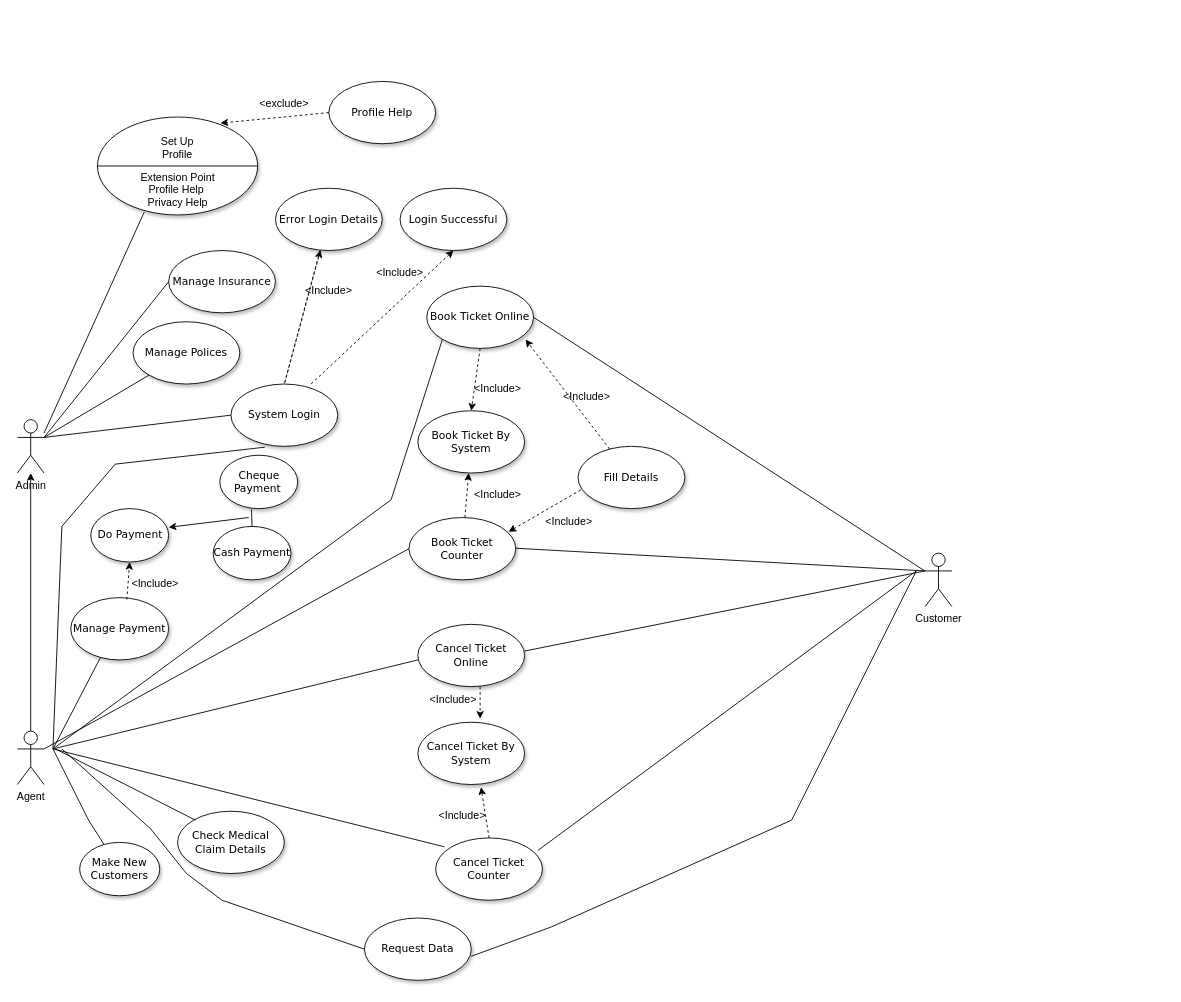
Above: Untitled Diagram.drawio in rivinduchamath/Helth-Insurance- (draw.io), before the change. Source tidied: cells renumbered, new cells numbered last; positions are measured from the earlier drawing's top-left corner, leaving out a move shared by most shapes. Both pictures are drawn from the tidied source at 89%, with x=0, y=0 at pixel (17, 72).
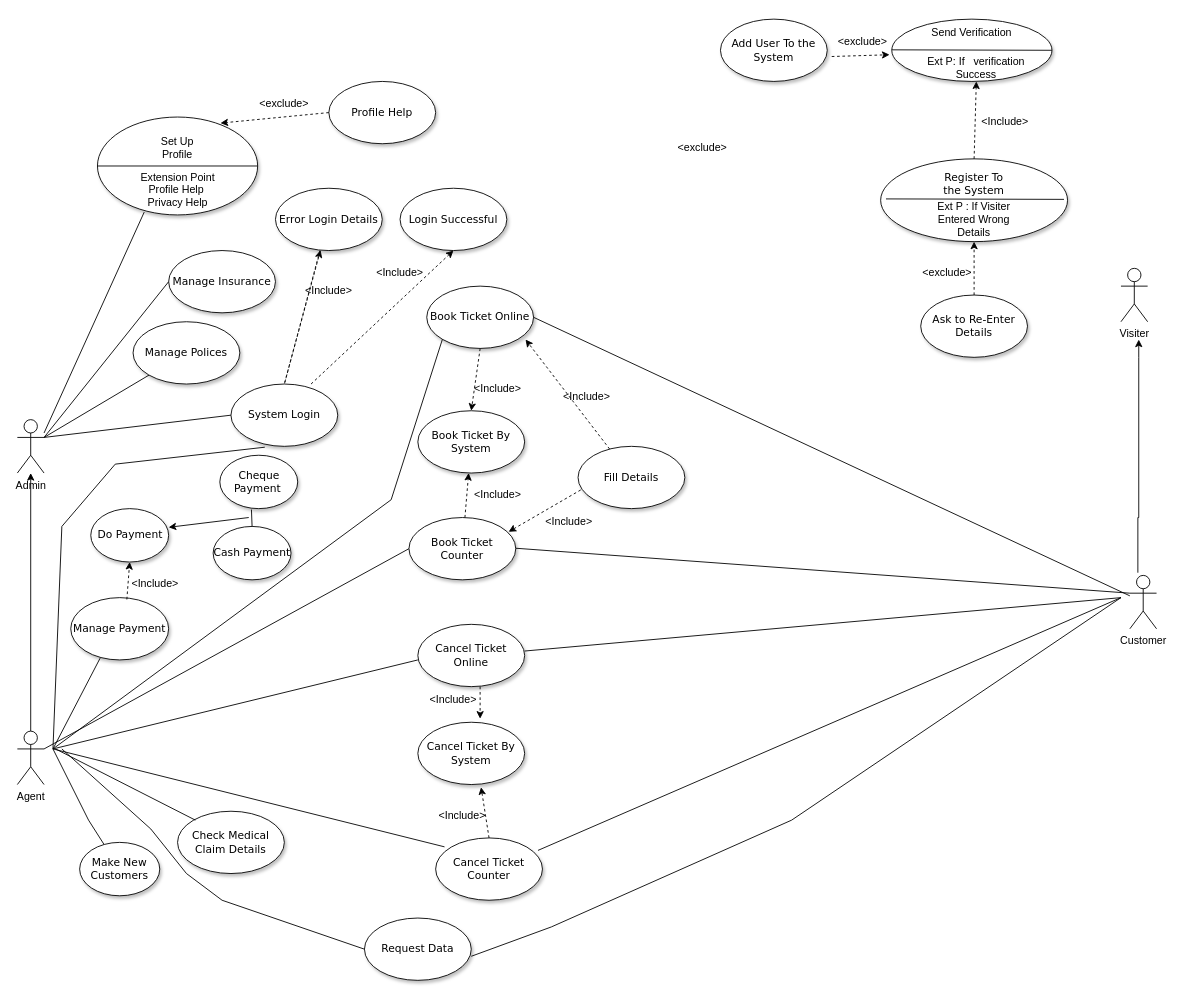
After the change.

Unchanged cells that the change refers to:
```xml
<mxCell id="11" value="Cancel Ticket Counter" style="ellipse;whiteSpace=wrap;html=1;rounded=0;shadow=1;comic=0;labelBackgroundColor=none;strokeWidth=1;fontFamily=Verdana;fontSize=12;align=center;" parent="1" vertex="1">
  <mxGeometry x="470" y="860" width="120" height="70" as="geometry" />
</mxCell>
<mxCell id="38" value="Request Data" style="ellipse;whiteSpace=wrap;html=1;rounded=0;shadow=1;comic=0;labelBackgroundColor=none;strokeWidth=1;fontFamily=Verdana;fontSize=12;align=center;" parent="1" vertex="1">
  <mxGeometry x="390" y="950" width="120" height="70" as="geometry" />
</mxCell>
```

Diff of the diagram source:
```diff
@@
     <mxCell id="14" value="Customer" style="shape=umlActor;verticalLabelPosition=bottom;verticalAlign=top;html=1;outlineConnect=0;" parent="1" vertex="1">
-      <mxGeometry x="1020" y="540" width="30" height="60" as="geometry" />
+      <mxGeometry x="1250" y="565" width="30" height="60" as="geometry" />
     </mxCell>
@@
     <mxCell id="26" style="endArrow=none;html=1;rounded=0;" parent="1" edge="1">
       <mxGeometry relative="1" as="geometry">
         <mxPoint x="570" y="650" as="sourcePoint" />
-        <mxPoint x="1020" y="560" as="targetPoint" />
+        <mxPoint x="1240" y="590" as="targetPoint" />
       </mxGeometry>
     </mxCell>
     <mxCell id="27" style="endArrow=none;html=1;rounded=0;exitX=0.958;exitY=0.2;exitDx=0;exitDy=0;exitPerimeter=0;" parent="1" edge="1" source="11">
       <mxGeometry relative="1" as="geometry">
-        <mxPoint x="1010" y="560" as="targetPoint" />
+        <mxPoint x="1240" y="590" as="targetPoint" />
       </mxGeometry>
     </mxCell>
@@
     <mxCell id="40" style="endArrow=none;html=1;rounded=0;exitX=1;exitY=0.614;exitDx=0;exitDy=0;exitPerimeter=0;" parent="1" edge="1" source="38">
       <mxGeometry relative="1" as="geometry">
-        <mxPoint x="1010" y="560" as="targetPoint" />
+        <mxPoint x="1240" y="590" as="targetPoint" />
         <Array as="points">
           <mxPoint x="600" y="960" />
           <mxPoint x="870" y="840" />
         </Array>
       </mxGeometry>
     </mxCell>
@@
+    <mxCell id="71" value="Visiter" style="shape=umlActor;verticalLabelPosition=bottom;verticalAlign=top;html=1;" parent="1" vertex="1">
+      <mxGeometry x="1240" y="220" width="30" height="60" as="geometry" />
+    </mxCell>
+    <mxCell id="72" style="edgeStyle=orthogonalEdgeStyle;rounded=0;jettySize=auto;html=1;exitX=0.3;exitY=-0.05;exitDx=0;exitDy=0;exitPerimeter=0;" parent="1" edge="1" source="14">
+      <mxGeometry relative="1" as="geometry">
+        <mxPoint x="1260" y="300" as="targetPoint" />
+        <Array as="points">
+          <mxPoint x="1259" y="500" />
+          <mxPoint x="1260" y="500" />
+          <mxPoint x="1260" y="320" />
+        </Array>
+      </mxGeometry>
+    </mxCell>
+    <mxCell id="73" style="ellipse;whiteSpace=wrap;html=1;rounded=0;shadow=1;comic=0;labelBackgroundColor=none;strokeWidth=1;fontFamily=Verdana;fontSize=12;align=center;" parent="1" vertex="1">
+      <mxGeometry x="970" y="97" width="210" height="93" as="geometry" />
+    </mxCell>
+    <mxCell id="74" value="Ext P : If Visiter Entered Wrong Details" style="text;html=1;strokeColor=none;fillColor=none;align=center;verticalAlign=middle;whiteSpace=wrap;rounded=0;" parent="1" vertex="1">
+      <mxGeometry x="1025" y="150" width="100" height="30" as="geometry" />
+    </mxCell>
+    <mxCell id="75" value="&lt;span style=&quot;font-family: &amp;#34;verdana&amp;#34;&quot;&gt;Register To the System&lt;/span&gt;" style="text;html=1;strokeColor=none;fillColor=none;align=center;verticalAlign=middle;whiteSpace=wrap;rounded=0;" parent="1" vertex="1">
+      <mxGeometry x="1030" y="110" width="90" height="30" as="geometry" />
+    </mxCell>
+    <mxCell id="76" style="endArrow=none;html=1;rounded=0;exitX=0;exitY=0.5;exitDx=0;exitDy=0;entryX=1;entryY=0.5;entryDx=0;entryDy=0;" parent="1" edge="1">
+      <mxGeometry relative="1" as="geometry">
+        <mxPoint x="976" y="142" as="sourcePoint" />
+        <mxPoint x="1176" y="142.5" as="targetPoint" />
+      </mxGeometry>
+    </mxCell>
+    <mxCell id="77" value="Ask to Re-Enter Details" style="ellipse;whiteSpace=wrap;html=1;rounded=0;shadow=1;comic=0;labelBackgroundColor=none;strokeWidth=1;fontFamily=Verdana;fontSize=12;align=center;" parent="1" vertex="1">
+      <mxGeometry x="1015" y="250" width="120" height="70" as="geometry" />
+    </mxCell>
+    <mxCell id="78" value="&amp;lt;exclude&amp;gt;" style="text;html=1;strokeColor=none;fillColor=none;align=center;verticalAlign=middle;whiteSpace=wrap;rounded=0;" parent="1" vertex="1">
+      <mxGeometry x="1015" y="210" width="60" height="30" as="geometry" />
+    </mxCell>
+    <mxCell id="79" style="endArrow=classic;html=1;rounded=0;dashed=1;entryX=0.5;entryY=1;entryDx=0;entryDy=0;exitX=0.5;exitY=0;exitDx=0;exitDy=0;" parent="1" edge="1" source="77" target="73">
+      <mxGeometry relative="1" as="geometry" />
+    </mxCell>
+    <mxCell id="80" style="ellipse;whiteSpace=wrap;html=1;rounded=0;shadow=1;comic=0;labelBackgroundColor=none;strokeWidth=1;fontFamily=Verdana;fontSize=12;align=center;" parent="1" vertex="1">
+      <mxGeometry x="982.5" y="-60" width="180" height="70" as="geometry" />
+    </mxCell>
+    <mxCell id="81" value="Send Verification" style="text;html=1;strokeColor=none;fillColor=none;align=center;verticalAlign=middle;whiteSpace=wrap;rounded=0;" parent="1" vertex="1">
+      <mxGeometry x="1020" y="-60" width="105" height="30" as="geometry" />
+    </mxCell>
+    <mxCell id="82" value="Ext P: If&amp;nbsp; &amp;nbsp;verification Success" style="text;html=1;strokeColor=none;fillColor=none;align=center;verticalAlign=middle;whiteSpace=wrap;rounded=0;" parent="1" vertex="1">
+      <mxGeometry x="1015" y="-20" width="125" height="30" as="geometry" />
+    </mxCell>
+    <mxCell id="83" style="endArrow=none;html=1;rounded=0;exitX=0;exitY=0.5;exitDx=0;exitDy=0;entryX=1;entryY=0.5;entryDx=0;entryDy=0;" parent="1" edge="1" target="80">
+      <mxGeometry relative="1" as="geometry">
+        <mxPoint x="982.5" y="-25.5" as="sourcePoint" />
+      </mxGeometry>
+    </mxCell>
+    <mxCell id="84" style="endArrow=classic;html=1;rounded=0;dashed=1;entryX=0.5;entryY=1;entryDx=0;entryDy=0;exitX=0.5;exitY=0;exitDx=0;exitDy=0;" parent="1" edge="1" source="73" target="82">
+      <mxGeometry relative="1" as="geometry" />
+    </mxCell>
+    <mxCell id="85" value="&amp;lt;exclude&amp;gt;" style="text;html=1;strokeColor=none;fillColor=none;align=center;verticalAlign=middle;whiteSpace=wrap;rounded=0;" parent="1" vertex="1">
+      <mxGeometry x="740" y="70" width="60" height="30" as="geometry" />
+    </mxCell>
+    <mxCell id="86" value="&amp;lt;Include&amp;gt;" style="text;html=1;strokeColor=none;fillColor=none;align=center;verticalAlign=middle;whiteSpace=wrap;rounded=0;" parent="1" vertex="1">
+      <mxGeometry x="1080" y="40" width="60" height="30" as="geometry" />
+    </mxCell>
+    <mxCell id="87" value="Add User To the System" style="ellipse;whiteSpace=wrap;html=1;rounded=0;shadow=1;comic=0;labelBackgroundColor=none;strokeWidth=1;fontFamily=Verdana;fontSize=12;align=center;" parent="1" vertex="1">
+      <mxGeometry x="790" y="-60" width="120" height="70" as="geometry" />
+    </mxCell>
+    <mxCell id="88" style="endArrow=classic;html=1;rounded=0;dashed=1;exitX=1.042;exitY=0.6;exitDx=0;exitDy=0;exitPerimeter=0;" parent="1" edge="1" source="87">
+      <mxGeometry relative="1" as="geometry">
+        <mxPoint x="980" y="-20" as="targetPoint" />
+      </mxGeometry>
+    </mxCell>
+    <mxCell id="89" value="&amp;lt;exclude&amp;gt;" style="text;html=1;strokeColor=none;fillColor=none;align=center;verticalAlign=middle;whiteSpace=wrap;rounded=0;" parent="1" vertex="1">
+      <mxGeometry x="920" y="-50" width="60" height="30" as="geometry" />
+    </mxCell>
```
